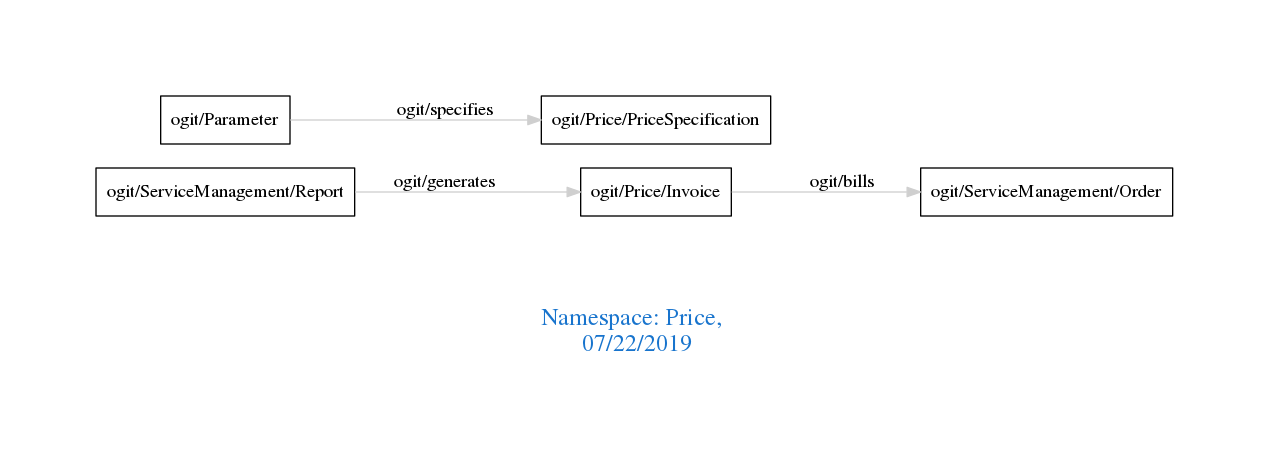
arago/OGIT keeps this Graphviz diagram as downloads/Price.png. Above is the earlier version. Its source is kept beside it as downloads/Price.dot.
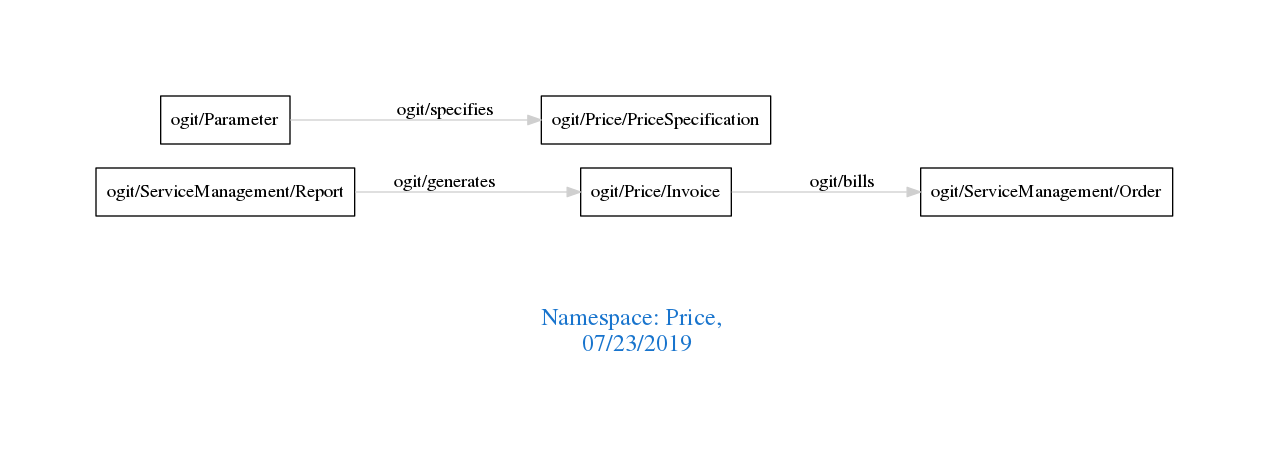
After the commit.

What changed in the source:
```diff
@@ -1,7 +1,7 @@
 digraph OGIT_ontology {
  graph [ rankdir= LR,pad=1
 fontsize = 18,
-fontcolor= dodgerblue3,label = "\n\n\nNamespace: Price, \n 07/22/2019"];
+fontcolor= dodgerblue3,label = "\n\n\nNamespace: Price, \n 07/23/2019"];
 node[shape=polygon];
 edge [  color="gray81"];
 
```
